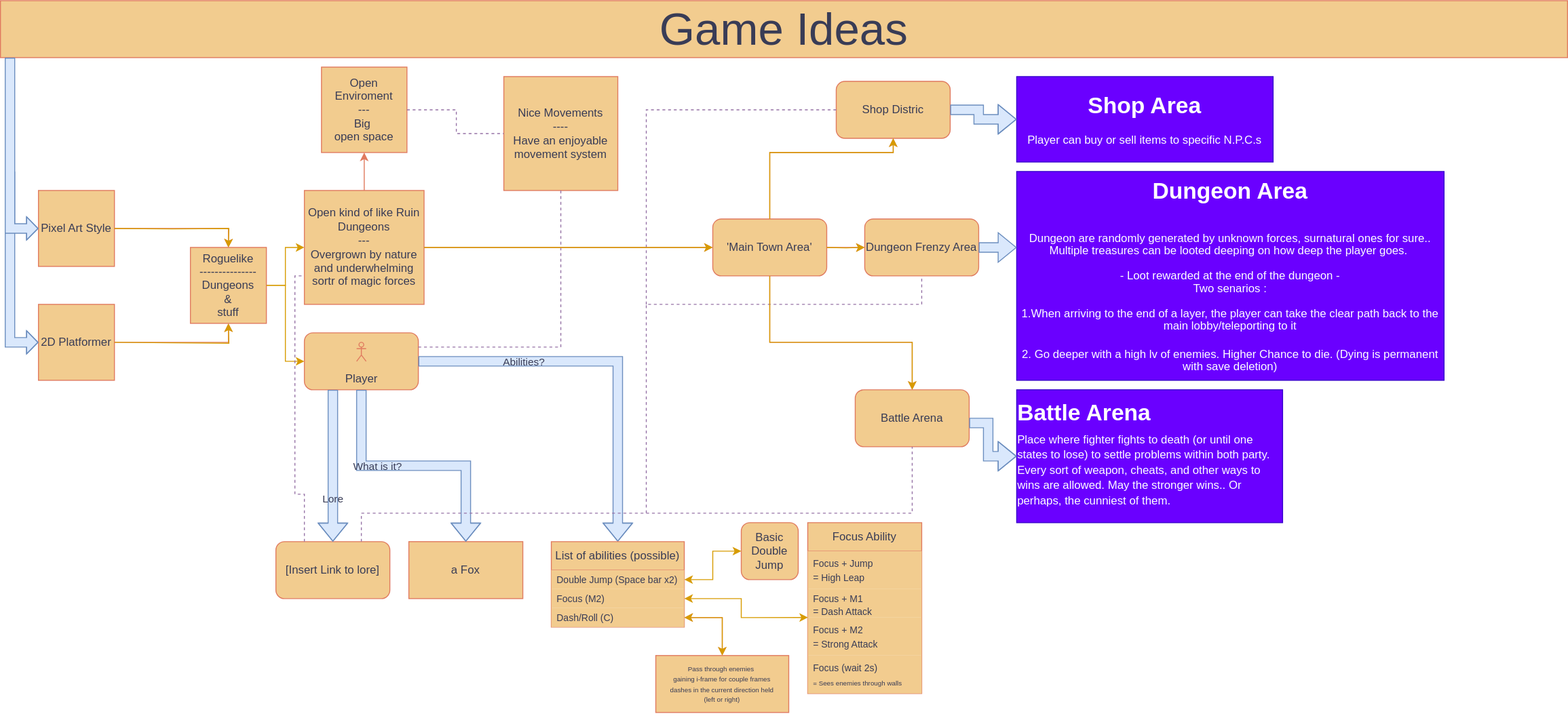
Earlier version of the draw.io export Plans/2DGamePlanning.drawio.svg (UnknownRedFoxDev/2D-Game). Source tidied: cells renumbered, new cells last; positions are measured from the earlier drawing's top-left corner, leaving out a move shared by most shapes.
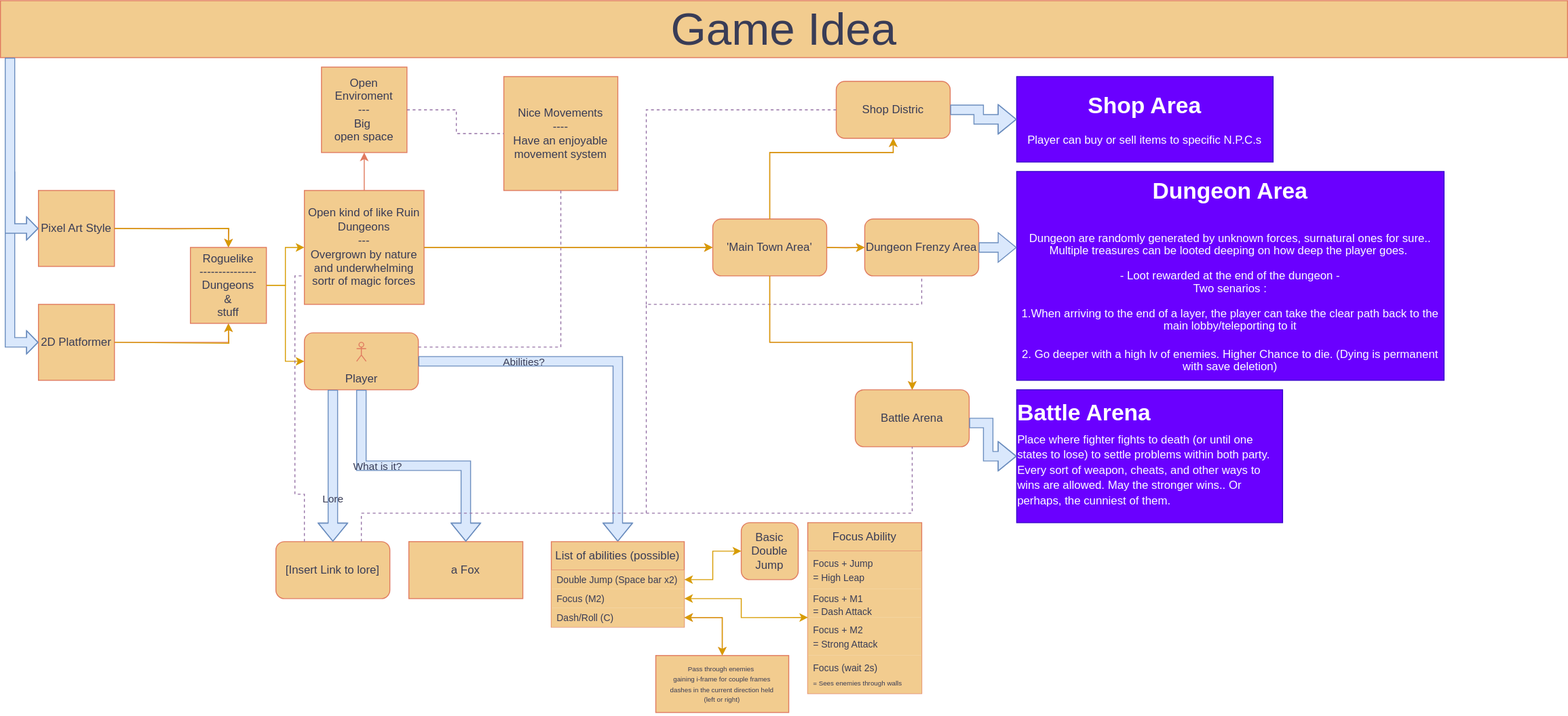
After the change.

What changed in the source:
```diff
@@ -17,7 +17,7 @@
     <mxCell id="6" style="group;labelBackgroundColor=none;fontColor=#393C56;" parent="4" vertex="1">
       <mxGeometry width="1650" height="60" as="geometry" />
     </mxCell>
-    <mxCell id="7" value="&lt;font style=&quot;font-size: 48px;&quot;&gt;Game Ideas&lt;/font&gt;" style="rounded=0;whiteSpace=wrap;html=1;labelBackgroundColor=none;fillColor=#F2CC8F;strokeColor=#E07A5F;fontColor=#393C56;" parent="6" vertex="1">
+    <mxCell id="7" value="&lt;font style=&quot;font-size: 48px;&quot;&gt;Game Idea&lt;/font&gt;" style="rounded=0;whiteSpace=wrap;html=1;labelBackgroundColor=none;fillColor=#F2CC8F;strokeColor=#E07A5F;fontColor=#393C56;" parent="6" vertex="1">
       <mxGeometry width="1650" height="60" as="geometry" />
     </mxCell>
     <mxCell id="8" style="edgeStyle=orthogonalEdgeStyle;rounded=0;jettySize=auto;html=1;entryX=0;entryY=0.5;entryDx=0;entryDy=0;labelBackgroundColor=none;strokeColor=#d79b00;fontColor=default;fillColor=#ffe6cc;" parent="1" edge="1" source="9" target="15">
```
